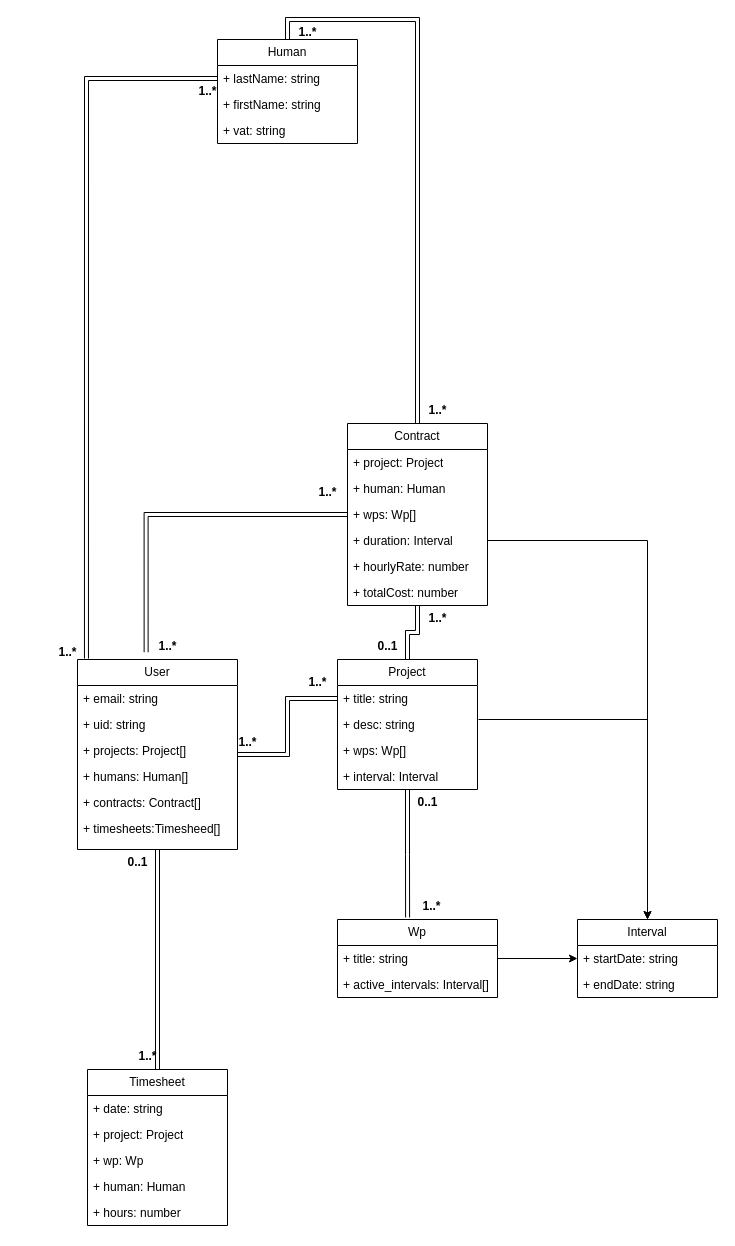
Before: diagrams/class_diagram.drawio in nhaskaris/thesis_it22118, a draw.io diagram. Source tidied: cells renumbered, new cells numbered last; positions are measured from the earlier drawing's top-left corner, leaving out a move shared by most shapes. Both pictures are drawn from the tidied source at 100%, with x=0, y=0 at pixel (27, 19).
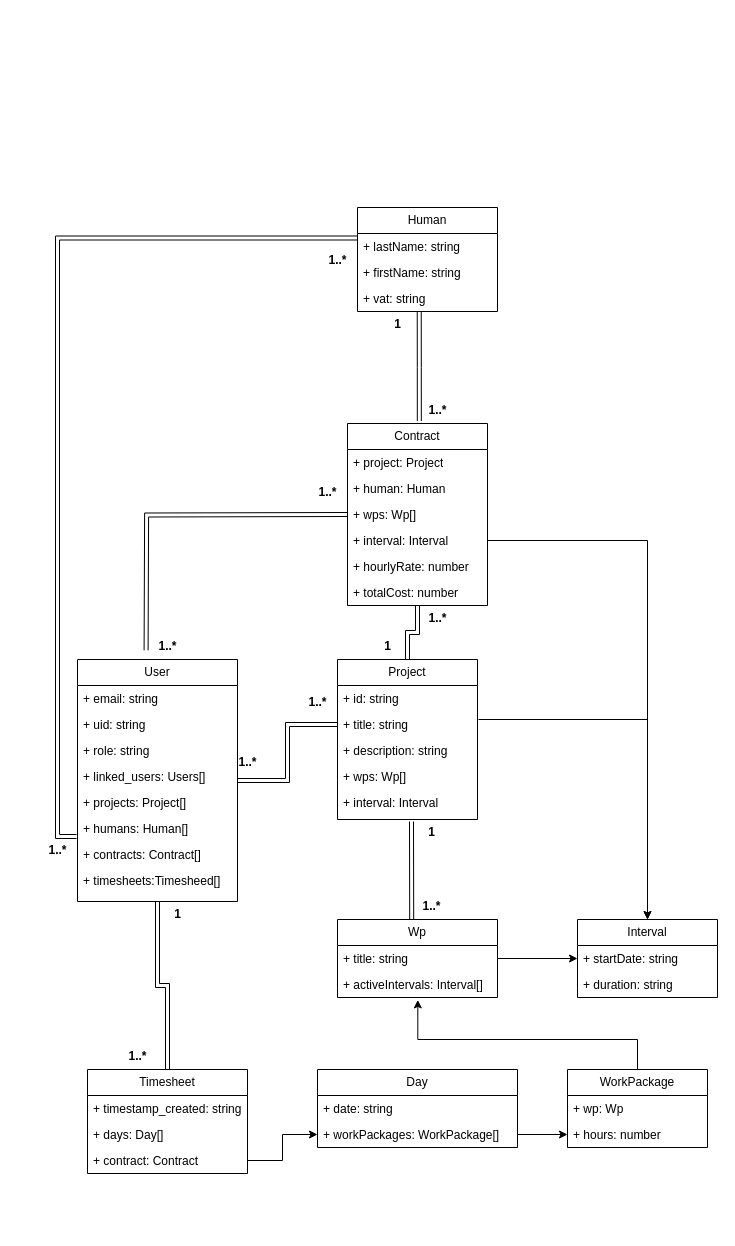
After the change.

Commit message (it also covers changes not shown here):
docs: More diagrams & writing

The change refers to these unchanged cells:
```xml
<mxCell id="2" value="Wp" style="swimlane;fontStyle=0;horizontal=1;startSize=26;fillColor=none;whiteSpace=wrap;html=1;" parent="1" vertex="1">
  <mxGeometry x="310" y="900" width="160" height="78" as="geometry" />
</mxCell>
<mxCell id="5" value="Interval" style="swimlane;fontStyle=0;horizontal=1;startSize=26;fillColor=none;whiteSpace=wrap;html=1;" parent="1" vertex="1">
  <mxGeometry x="550" y="900" width="140" height="78" as="geometry" />
</mxCell>
<mxCell id="32" value="+ lastName: string" style="text;strokeColor=none;fillColor=none;align=left;verticalAlign=top;spacingLeft=4;spacingRight=4;overflow=hidden;points=[[0,0.5],[1,0.5]];portConstraint=eastwest;whiteSpace=wrap;html=1;" parent="31" vertex="1">
  <mxGeometry y="26" width="140" height="26" as="geometry" />
</mxCell>
<mxCell id="34" value="+ vat: string" style="text;strokeColor=none;fillColor=none;align=left;verticalAlign=top;spacingLeft=4;spacingRight=4;overflow=hidden;points=[[0,0.5],[1,0.5]];portConstraint=eastwest;whiteSpace=wrap;html=1;" parent="31" vertex="1">
  <mxGeometry y="78" width="140" height="26" as="geometry" />
</mxCell>
<mxCell id="37" value="Contract" style="swimlane;fontStyle=0;horizontal=1;startSize=26;fillColor=none;whiteSpace=wrap;html=1;" parent="1" vertex="1">
  <mxGeometry x="320" y="404" width="140" height="182" as="geometry" />
</mxCell>
```

The edit, as a diff of the source:
```diff
@@
-    <mxCell id="4" value="+ active_intervals: Interval[]&amp;nbsp;" style="text;strokeColor=none;fillColor=none;align=left;verticalAlign=top;spacingLeft=4;spacingRight=4;overflow=hidden;points=[[0,0.5],[1,0.5]];portConstraint=eastwest;whiteSpace=wrap;html=1;" parent="2" vertex="1">
+    <mxCell id="4" value="+ activeIntervals: Interval[]&amp;nbsp;" style="text;strokeColor=none;fillColor=none;align=left;verticalAlign=top;spacingLeft=4;spacingRight=4;overflow=hidden;points=[[0,0.5],[1,0.5]];portConstraint=eastwest;whiteSpace=wrap;html=1;" parent="2" vertex="1">
       <mxGeometry y="52" width="160" height="26" as="geometry" />
     </mxCell>
@@
-    <mxCell id="7" value="+ endDate: string" style="text;strokeColor=none;fillColor=none;align=left;verticalAlign=top;spacingLeft=4;spacingRight=4;overflow=hidden;whiteSpace=wrap;html=1;" parent="5" vertex="1">
+    <mxCell id="7" value="+ duration: string" style="text;strokeColor=none;fillColor=none;align=left;verticalAlign=top;spacingLeft=4;spacingRight=4;overflow=hidden;whiteSpace=wrap;html=1;" parent="5" vertex="1">
       <mxGeometry y="52" width="140" height="26" as="geometry" />
     </mxCell>
     <mxCell id="8" value="Project" style="swimlane;fontStyle=0;horizontal=1;startSize=26;whiteSpace=wrap;html=1;" parent="1" vertex="1">
-      <mxGeometry x="310" y="640" width="140" height="130" as="geometry" />
+      <mxGeometry x="310" y="640" width="140" height="160" as="geometry" />
     </mxCell>
+    <mxCell id="62" value="+ id: string" style="text;strokeColor=none;fillColor=none;align=left;verticalAlign=top;spacingLeft=4;spacingRight=4;overflow=hidden;whiteSpace=wrap;html=1;" parent="8" vertex="1">
+      <mxGeometry y="26" width="140" height="26" as="geometry" />
+    </mxCell>
     <mxCell id="9" value="+ title: string" style="text;strokeColor=none;fillColor=none;align=left;verticalAlign=top;spacingLeft=4;spacingRight=4;overflow=hidden;points=[[0,0.5],[1,0.5]];portConstraint=eastwest;whiteSpace=wrap;html=1;" parent="8" vertex="1">
-      <mxGeometry y="26" width="140" height="26" as="geometry" />
+      <mxGeometry y="52" width="140" height="26" as="geometry" />
     </mxCell>
-    <mxCell id="10" value="+ desc: string" style="text;strokeColor=none;fillColor=none;align=left;verticalAlign=top;spacingLeft=4;spacingRight=4;overflow=hidden;whiteSpace=wrap;html=1;" parent="8" vertex="1">
-      <mxGeometry y="52" width="140" height="26" as="geometry" />
+    <mxCell id="10" value="+ description: string" style="text;strokeColor=none;fillColor=none;align=left;verticalAlign=top;spacingLeft=4;spacingRight=4;overflow=hidden;whiteSpace=wrap;html=1;" parent="8" vertex="1">
+      <mxGeometry y="78" width="140" height="26" as="geometry" />
     </mxCell>
     <mxCell id="11" value="+ wps: Wp[]" style="text;strokeColor=none;fillColor=none;align=left;verticalAlign=top;spacingLeft=4;spacingRight=4;overflow=hidden;whiteSpace=wrap;html=1;" parent="8" vertex="1">
-      <mxGeometry y="78" width="140" height="26" as="geometry" />
+      <mxGeometry y="104" width="140" height="26" as="geometry" />
     </mxCell>
     <mxCell id="12" value="+ interval: Interval" style="text;strokeColor=none;fillColor=none;align=left;verticalAlign=top;spacingLeft=4;spacingRight=4;overflow=hidden;whiteSpace=wrap;html=1;" parent="8" vertex="1">
-      <mxGeometry y="104" width="140" height="26" as="geometry" />
+      <mxGeometry y="130" width="140" height="30" as="geometry" />
     </mxCell>
@@
     <mxCell id="16" style="edgeStyle=orthogonalEdgeStyle;rounded=0;jettySize=auto;html=1;strokeColor=none;" parent="1" edge="1" source="19">
       <mxGeometry relative="1" as="geometry">
-        <mxPoint x="130" y="1200" as="targetPoint" />
+        <mxPoint x="80" y="1118" as="targetPoint" />
       </mxGeometry>
     </mxCell>
@@
-    <mxCell id="18" style="edgeStyle=orthogonalEdgeStyle;rounded=0;jettySize=auto;html=1;entryX=0;entryY=0.5;entryDx=0;entryDy=0;exitX=0.056;exitY=-0.005;exitDx=0;exitDy=0;exitPerimeter=0;shape=link;" parent="1" edge="1" source="19" target="32">
-      <mxGeometry relative="1" as="geometry" />
-    </mxCell>
     <mxCell id="19" value="User" style="swimlane;fontStyle=0;horizontal=1;startSize=26;whiteSpace=wrap;html=1;" parent="1" vertex="1">
-      <mxGeometry x="50" y="640" width="160" height="190" as="geometry" />
+      <mxGeometry x="50" y="640" width="160" height="242" as="geometry" />
     </mxCell>
@@
+    <mxCell id="63" value="+ role: string" style="text;strokeColor=none;fillColor=none;align=left;verticalAlign=top;spacingLeft=4;spacingRight=4;overflow=hidden;whiteSpace=wrap;html=1;" parent="19" vertex="1">
+      <mxGeometry y="78" width="160" height="26" as="geometry" />
+    </mxCell>
+    <mxCell id="64" value="+ linked_users: Users[]" style="text;strokeColor=none;fillColor=none;align=left;verticalAlign=top;spacingLeft=4;spacingRight=4;overflow=hidden;whiteSpace=wrap;html=1;" parent="19" vertex="1">
+      <mxGeometry y="104" width="160" height="26" as="geometry" />
+    </mxCell>
     <mxCell id="22" value="+ projects: Project[]" style="text;strokeColor=none;fillColor=none;align=left;verticalAlign=top;spacingLeft=4;spacingRight=4;overflow=hidden;whiteSpace=wrap;html=1;" parent="19" vertex="1">
-      <mxGeometry y="78" width="160" height="26" as="geometry" />
+      <mxGeometry y="130" width="160" height="26" as="geometry" />
     </mxCell>
     <mxCell id="23" value="+ humans: Human[]" style="text;strokeColor=none;fillColor=none;align=left;verticalAlign=top;spacingLeft=4;spacingRight=4;overflow=hidden;points=[[0,0.5],[1,0.5]];portConstraint=eastwest;whiteSpace=wrap;html=1;" parent="19" vertex="1">
-      <mxGeometry y="104" width="160" height="26" as="geometry" />
+      <mxGeometry y="156" width="160" height="26" as="geometry" />
     </mxCell>
     <mxCell id="24" value="+ contracts: Contract[]" style="text;strokeColor=none;fillColor=none;align=left;verticalAlign=top;spacingLeft=4;spacingRight=4;overflow=hidden;whiteSpace=wrap;html=1;" parent="19" vertex="1">
-      <mxGeometry y="130" width="160" height="26" as="geometry" />
+      <mxGeometry y="182" width="160" height="26" as="geometry" />
     </mxCell>
     <mxCell id="25" value="+ timesheets:Timesheed[]" style="text;strokeColor=none;fillColor=none;align=left;verticalAlign=top;spacingLeft=4;spacingRight=4;overflow=hidden;whiteSpace=wrap;html=1;" parent="19" vertex="1">
-      <mxGeometry y="156" width="160" height="34" as="geometry" />
+      <mxGeometry y="208" width="160" height="34" as="geometry" />
     </mxCell>
-    <mxCell id="26" style="edgeStyle=orthogonalEdgeStyle;rounded=0;jettySize=auto;html=1;entryX=0.438;entryY=-0.026;entryDx=0;entryDy=0;entryPerimeter=0;strokeColor=default;curved=0;shape=link;" parent="1" edge="1" source="8" target="2">
-      <mxGeometry relative="1" as="geometry" />
-    </mxCell>
-    <mxCell id="27" value="0..1" style="text;align=center;fontStyle=1;verticalAlign=middle;spacingLeft=3;spacingRight=3;strokeColor=none;html=1;" parent="1" vertex="1">
-      <mxGeometry x="360" y="770" width="80" height="26" as="geometry" />
+    <mxCell id="27" value="1" style="text;align=center;fontStyle=1;verticalAlign=middle;spacingLeft=3;spacingRight=3;strokeColor=none;html=1;" parent="1" vertex="1">
+      <mxGeometry x="364" y="800" width="80" height="26" as="geometry" />
     </mxCell>
@@
     <mxCell id="29" value="1..*" style="text;align=center;fontStyle=1;verticalAlign=middle;spacingLeft=3;spacingRight=3;strokeColor=none;html=1;" parent="1" vertex="1">
-      <mxGeometry x="180" y="710" width="80" height="26" as="geometry" />
+      <mxGeometry x="180" y="730" width="80" height="26" as="geometry" />
     </mxCell>
     <mxCell id="30" value="1..*" style="text;align=center;fontStyle=1;verticalAlign=middle;spacingLeft=3;spacingRight=3;strokeColor=none;html=1;" parent="1" vertex="1">
-      <mxGeometry x="250" y="650" width="80" height="26" as="geometry" />
+      <mxGeometry x="250" y="670" width="80" height="26" as="geometry" />
     </mxCell>
     <mxCell id="31" value="Human" style="swimlane;fontStyle=0;horizontal=1;startSize=26;fillColor=none;whiteSpace=wrap;html=1;" parent="1" vertex="1">
-      <mxGeometry x="190" y="20" width="140" height="104" as="geometry" />
+      <mxGeometry x="330" y="188" width="140" height="104" as="geometry" />
     </mxCell>
@@
-    <mxCell id="35" style="edgeStyle=orthogonalEdgeStyle;rounded=0;jettySize=auto;html=1;entryX=0.5;entryY=0;entryDx=0;entryDy=0;shape=link;" parent="1" edge="1" source="37" target="31">
+    <mxCell id="35" style="edgeStyle=orthogonalEdgeStyle;rounded=0;jettySize=auto;html=1;shape=link;entryX=0.441;entryY=1.021;entryDx=0;entryDy=0;entryPerimeter=0;exitX=0.513;exitY=-0.014;exitDx=0;exitDy=0;exitPerimeter=0;" parent="1" edge="1" source="37" target="34">
       <mxGeometry relative="1" as="geometry" />
     </mxCell>
@@
-    <mxCell id="41" value="+ duration: Interval" style="text;strokeColor=none;fillColor=none;align=left;verticalAlign=top;spacingLeft=4;spacingRight=4;overflow=hidden;points=[[0,0.5],[1,0.5]];portConstraint=eastwest;whiteSpace=wrap;html=1;" parent="37" vertex="1">
+    <mxCell id="41" value="+ interval: Interval" style="text;strokeColor=none;fillColor=none;align=left;verticalAlign=top;spacingLeft=4;spacingRight=4;overflow=hidden;points=[[0,0.5],[1,0.5]];portConstraint=eastwest;whiteSpace=wrap;html=1;" parent="37" vertex="1">
       <mxGeometry y="104" width="140" height="26" as="geometry" />
     </mxCell>
@@
-    <mxCell id="46" value="1..*" style="text;align=center;fontStyle=1;verticalAlign=middle;spacingLeft=3;spacingRight=3;strokeColor=none;html=1;" parent="1" vertex="1">
-      <mxGeometry x="240" width="80" height="26" as="geometry" />
-    </mxCell>
-    <mxCell id="47" value="0..1" style="text;align=center;fontStyle=1;verticalAlign=middle;spacingLeft=3;spacingRight=3;strokeColor=none;html=1;" parent="1" vertex="1">
+    <mxCell id="47" value="1" style="text;align=center;fontStyle=1;verticalAlign=middle;spacingLeft=3;spacingRight=3;strokeColor=none;html=1;" parent="1" vertex="1">
       <mxGeometry x="320" y="614" width="80" height="26" as="geometry" />
     </mxCell>
-    <mxCell id="48" style="edgeStyle=orthogonalEdgeStyle;rounded=0;jettySize=auto;html=1;entryX=0.429;entryY=-0.038;entryDx=0;entryDy=0;entryPerimeter=0;shape=link;" parent="1" edge="1" source="37" target="19">
-      <mxGeometry relative="1" as="geometry" />
+    <mxCell id="48" style="edgeStyle=orthogonalEdgeStyle;rounded=0;orthogonalLoop=1;jettySize=auto;html=1;entryX=0.429;entryY=-0.038;entryDx=0;entryDy=0;entryPerimeter=0;shape=link;" parent="1" edge="1">
+      <mxGeometry relative="1" as="geometry">
+        <mxPoint x="320" y="495" as="sourcePoint" />
+        <mxPoint x="118.6" y="630.8" as="targetPoint" />
+      </mxGeometry>
     </mxCell>
@@
     <mxCell id="51" value="Timesheet" style="swimlane;fontStyle=0;horizontal=1;startSize=26;fillColor=none;whiteSpace=wrap;html=1;" parent="1" vertex="1">
-      <mxGeometry x="60" y="1050" width="140" height="156" as="geometry" />
+      <mxGeometry x="60" y="1050" width="160" height="104" as="geometry" />
     </mxCell>
-    <mxCell id="52" value="+ date: string" style="text;strokeColor=none;fillColor=none;align=left;verticalAlign=top;spacingLeft=4;spacingRight=4;overflow=hidden;whiteSpace=wrap;html=1;" parent="51" vertex="1">
-      <mxGeometry y="26" width="140" height="26" as="geometry" />
+    <mxCell id="52" value="+ timestamp_created: string" style="text;strokeColor=none;fillColor=none;align=left;verticalAlign=top;spacingLeft=4;spacingRight=4;overflow=hidden;whiteSpace=wrap;html=1;" parent="51" vertex="1">
+      <mxGeometry y="26" width="160" height="26" as="geometry" />
     </mxCell>
+    <mxCell id="65" value="+ days: Day[]" style="text;strokeColor=none;fillColor=none;align=left;verticalAlign=top;spacingLeft=4;spacingRight=4;overflow=hidden;whiteSpace=wrap;html=1;" parent="51" vertex="1">
+      <mxGeometry y="52" width="160" height="26" as="geometry" />
+    </mxCell>
-    <mxCell id="53" value="+ project: Project" style="text;strokeColor=none;fillColor=none;align=left;verticalAlign=top;spacingLeft=4;spacingRight=4;overflow=hidden;points=[[0,0.5],[1,0.5]];portConstraint=eastwest;whiteSpace=wrap;html=1;" parent="51" vertex="1">
-      <mxGeometry y="52" width="140" height="26" as="geometry" />
+    <mxCell id="53" value="+ contract: Contract" style="text;strokeColor=none;fillColor=none;align=left;verticalAlign=top;spacingLeft=4;spacingRight=4;overflow=hidden;points=[[0,0.5],[1,0.5]];portConstraint=eastwest;whiteSpace=wrap;html=1;" parent="51" vertex="1">
+      <mxGeometry y="78" width="160" height="26" as="geometry" />
     </mxCell>
-    <mxCell id="54" value="+ wp: Wp" style="text;strokeColor=none;fillColor=none;align=left;verticalAlign=top;spacingLeft=4;spacingRight=4;overflow=hidden;whiteSpace=wrap;html=1;" parent="51" vertex="1">
-      <mxGeometry y="78" width="140" height="26" as="geometry" />
-    </mxCell>
-    <mxCell id="55" value="+ human: Human" style="text;strokeColor=none;fillColor=none;align=left;verticalAlign=top;spacingLeft=4;spacingRight=4;overflow=hidden;whiteSpace=wrap;html=1;" parent="51" vertex="1">
-      <mxGeometry y="104" width="140" height="26" as="geometry" />
-    </mxCell>
-    <mxCell id="56" value="+ hours: number" style="text;strokeColor=none;fillColor=none;align=left;verticalAlign=top;spacingLeft=4;spacingRight=4;overflow=hidden;points=[[0,0.5],[1,0.5]];portConstraint=eastwest;whiteSpace=wrap;html=1;" parent="51" vertex="1">
-      <mxGeometry y="130" width="140" height="26" as="geometry" />
-    </mxCell>
-    <mxCell id="57" value="0..1" style="text;align=center;fontStyle=1;verticalAlign=middle;spacingLeft=3;spacingRight=3;strokeColor=none;html=1;" parent="1" vertex="1">
-      <mxGeometry x="70" y="830" width="80" height="26" as="geometry" />
+    <mxCell id="57" value="1" style="text;align=center;fontStyle=1;verticalAlign=middle;spacingLeft=3;spacingRight=3;strokeColor=none;html=1;" parent="1" vertex="1">
+      <mxGeometry x="110" y="882" width="80" height="26" as="geometry" />
     </mxCell>
     <mxCell id="58" value="1..*" style="text;align=center;fontStyle=1;verticalAlign=middle;spacingLeft=3;spacingRight=3;strokeColor=none;html=1;" parent="1" vertex="1">
-      <mxGeometry x="80" y="1024" width="80" height="26" as="geometry" />
+      <mxGeometry x="70" y="1024" width="80" height="26" as="geometry" />
     </mxCell>
-    <mxCell id="59" value="1..*" style="text;align=center;fontStyle=1;verticalAlign=middle;spacingLeft=3;spacingRight=3;strokeColor=none;html=1;" parent="1" vertex="1">
-      <mxGeometry x="140" y="59" width="80" height="26" as="geometry" />
-    </mxCell>
     <mxCell id="60" value="1..*" style="text;align=center;fontStyle=1;verticalAlign=middle;spacingLeft=3;spacingRight=3;strokeColor=none;html=1;" parent="1" vertex="1">
-      <mxGeometry y="620" width="80" height="26" as="geometry" />
+      <mxGeometry x="-10" y="818" width="80" height="26" as="geometry" />
     </mxCell>
@@
+    <mxCell id="66" style="edgeStyle=orthogonalEdgeStyle;rounded=0;orthogonalLoop=1;jettySize=auto;html=1;shape=link;" parent="1" edge="1">
+      <mxGeometry relative="1" as="geometry">
+        <mxPoint x="384" y="802" as="sourcePoint" />
+        <mxPoint x="384.2" y="900" as="targetPoint" />
+        <Array as="points">
+          <mxPoint x="384.2" y="802" />
+        </Array>
+      </mxGeometry>
+    </mxCell>
+    <mxCell id="18" style="edgeStyle=orthogonalEdgeStyle;rounded=0;jettySize=auto;html=1;entryX=0;entryY=0;entryDx=0;entryDy=0;shape=link;entryPerimeter=0;exitX=-0.006;exitY=0.808;exitDx=0;exitDy=0;exitPerimeter=0;" parent="1" edge="1" source="23">
+      <mxGeometry relative="1" as="geometry">
+        <mxPoint x="330" y="218.5" as="targetPoint" />
+        <Array as="points">
+          <mxPoint x="30" y="817" />
+          <mxPoint x="30" y="219" />
+        </Array>
+      </mxGeometry>
+    </mxCell>
+    <mxCell id="67" value="Day" style="swimlane;fontStyle=0;horizontal=1;startSize=26;fillColor=none;whiteSpace=wrap;html=1;" parent="1" vertex="1">
+      <mxGeometry x="290" y="1050" width="200" height="78" as="geometry" />
+    </mxCell>
+    <mxCell id="68" value="+ date: string" style="text;strokeColor=none;fillColor=none;align=left;verticalAlign=top;spacingLeft=4;spacingRight=4;overflow=hidden;whiteSpace=wrap;html=1;" parent="67" vertex="1">
+      <mxGeometry y="26" width="200" height="26" as="geometry" />
+    </mxCell>
+    <mxCell id="69" value="+ workPackages: WorkPackage[]" style="text;strokeColor=none;fillColor=none;align=left;verticalAlign=top;spacingLeft=4;spacingRight=4;overflow=hidden;points=[[0,0.5],[1,0.5]];portConstraint=eastwest;whiteSpace=wrap;html=1;" parent="67" vertex="1">
+      <mxGeometry y="52" width="200" height="26" as="geometry" />
+    </mxCell>
+    <mxCell id="70" value="WorkPackage" style="swimlane;fontStyle=0;horizontal=1;startSize=26;fillColor=none;whiteSpace=wrap;html=1;" parent="1" vertex="1">
+      <mxGeometry x="540" y="1050" width="140" height="78" as="geometry" />
+    </mxCell>
+    <mxCell id="54" value="+ wp: Wp" style="text;strokeColor=none;fillColor=none;align=left;verticalAlign=top;spacingLeft=4;spacingRight=4;overflow=hidden;whiteSpace=wrap;html=1;" parent="70" vertex="1">
+      <mxGeometry y="26" width="140" height="26" as="geometry" />
+    </mxCell>
+    <mxCell id="56" value="+ hours: number" style="text;strokeColor=none;fillColor=none;align=left;verticalAlign=top;spacingLeft=4;spacingRight=4;overflow=hidden;points=[[0,0.5],[1,0.5]];portConstraint=eastwest;whiteSpace=wrap;html=1;" parent="70" vertex="1">
+      <mxGeometry y="52" width="140" height="26" as="geometry" />
+    </mxCell>
+    <mxCell id="71" style="edgeStyle=orthogonalEdgeStyle;rounded=0;jettySize=auto;html=1;entryX=0;entryY=0.5;entryDx=0;entryDy=0;" parent="1" edge="1" source="53" target="69">
+      <mxGeometry relative="1" as="geometry" />
+    </mxCell>
+    <mxCell id="72" style="edgeStyle=orthogonalEdgeStyle;rounded=0;jettySize=auto;html=1;exitX=1;exitY=0.5;exitDx=0;exitDy=0;entryX=0;entryY=0.5;entryDx=0;entryDy=0;" parent="1" edge="1" source="69" target="56">
+      <mxGeometry relative="1" as="geometry" />
+    </mxCell>
+    <mxCell id="73" style="edgeStyle=orthogonalEdgeStyle;rounded=0;jettySize=auto;html=1;entryX=0.502;entryY=1.093;entryDx=0;entryDy=0;entryPerimeter=0;" parent="1" edge="1" source="70" target="4">
+      <mxGeometry relative="1" as="geometry">
+        <Array as="points">
+          <mxPoint x="610" y="1020" />
+          <mxPoint x="390" y="1020" />
+        </Array>
+      </mxGeometry>
+    </mxCell>
+    <mxCell id="74" value="1..*" style="text;align=center;fontStyle=1;verticalAlign=middle;spacingLeft=3;spacingRight=3;strokeColor=none;html=1;" parent="1" vertex="1">
+      <mxGeometry x="270" y="228" width="80" height="26" as="geometry" />
+    </mxCell>
+    <mxCell id="75" value="1" style="text;align=center;fontStyle=1;verticalAlign=middle;spacingLeft=3;spacingRight=3;strokeColor=none;html=1;" parent="1" vertex="1">
+      <mxGeometry x="330" y="292" width="80" height="26" as="geometry" />
+    </mxCell>
```
